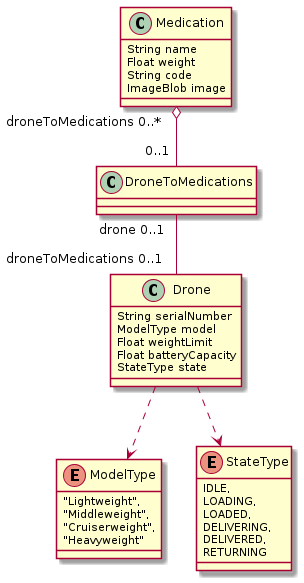
This is droneDispatcher.png from sambman/droneDispatcher, a PlantUML export, as it was before one commit.
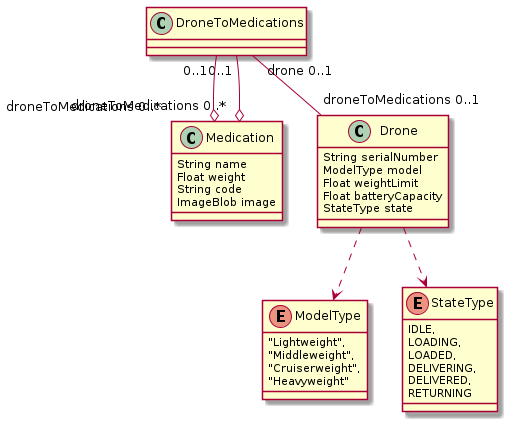
Above is the later version.

Commit message:
improve readability between DroneToMedication and Medication

Change to the diagram source:
```diff
@@ -33,4 +33,5 @@
 	}
 	DroneToMedications  "drone 0..1 " -- "droneToMedications 0..1 "  Drone
 	Medication  "droneToMedications 0..* " o-- "0..1 "  DroneToMedications
+	DroneToMedications  "0..1 " --o "droneToMedications 0..* "  Medication
 @enduml
```
